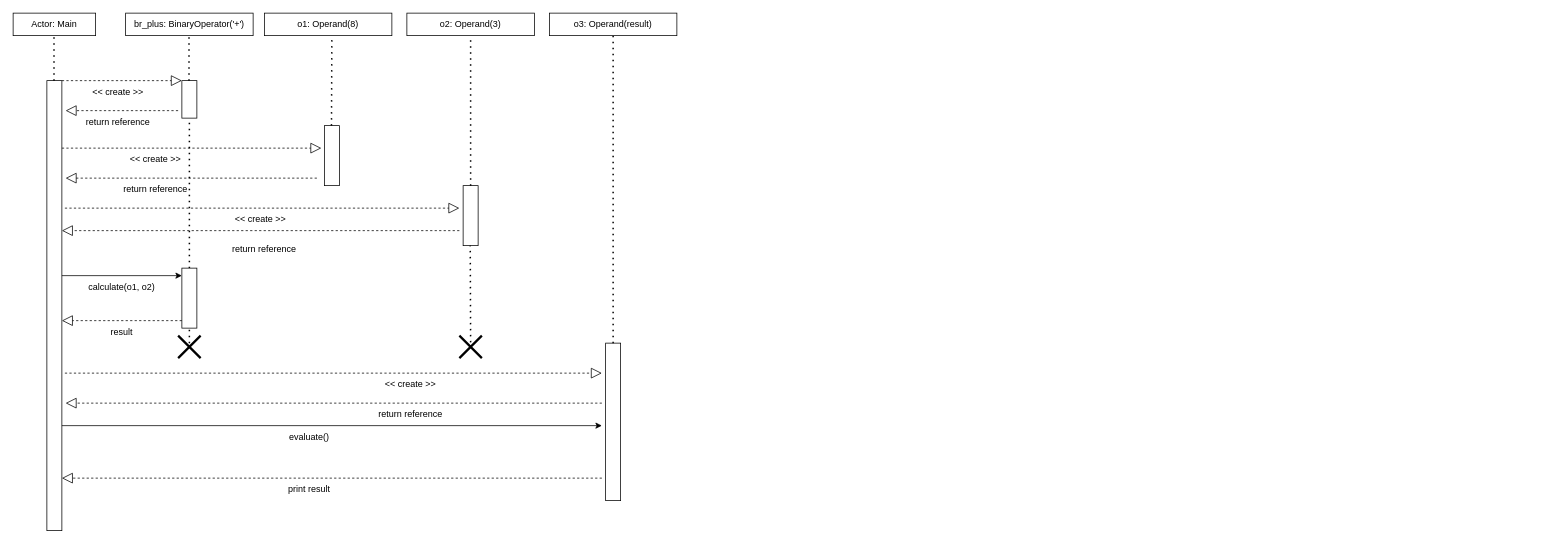
Above: Lab2/Lab2ClassDiagram.drawio in matty-gg/CSE2102-SP24-Lab1-Group19 (draw.io), before the change. Source tidied: cells renumbered, new cells numbered last; positions are measured from the earlier drawing's top-left corner, leaving out a move shared by most shapes. Both pictures are drawn from the tidied source at 75%, with x=0, y=0 at pixel (13, 13).
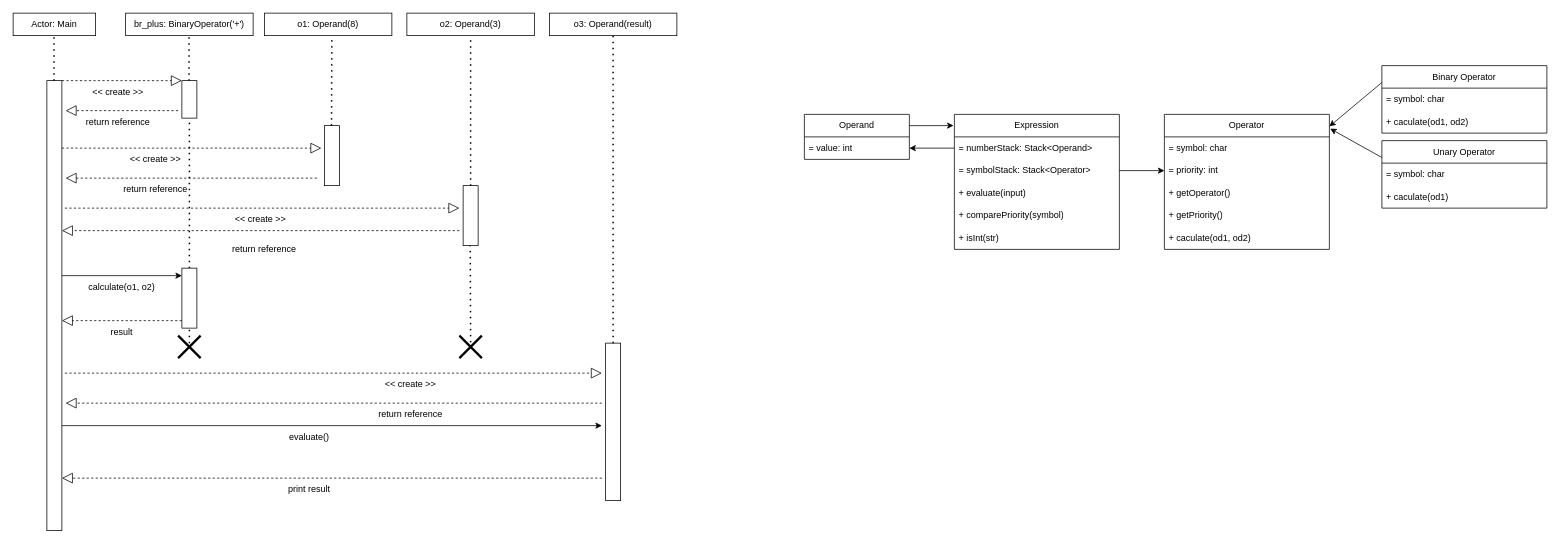
The same diagram, later.

Change to the diagram source:
```diff
@@
+    <mxCell id="47" value="Expression" style="swimlane;fontStyle=0;horizontal=1;startSize=30;whiteSpace=wrap;html=1;" parent="1" vertex="1">
+      <mxGeometry x="1255" y="135" width="220" height="180" as="geometry" />
+    </mxCell>
+    <mxCell id="48" value="= numberStack: Stack&amp;lt;Operand&amp;gt;" style="text;strokeColor=none;fillColor=none;align=left;verticalAlign=middle;spacingLeft=4;spacingRight=4;overflow=hidden;points=[[0,0.5],[1,0.5]];portConstraint=eastwest;whiteSpace=wrap;html=1;" parent="47" vertex="1">
+      <mxGeometry y="30" width="220" height="30" as="geometry" />
+    </mxCell>
+    <mxCell id="49" value="= symbolStack: Stack&amp;lt;Operator&amp;gt;" style="text;strokeColor=none;fillColor=none;align=left;verticalAlign=middle;spacingLeft=4;spacingRight=4;overflow=hidden;points=[[0,0.5],[1,0.5]];portConstraint=eastwest;whiteSpace=wrap;html=1;" parent="47" vertex="1">
+      <mxGeometry y="60" width="220" height="30" as="geometry" />
+    </mxCell>
+    <mxCell id="50" value="+ evaluate(input)" style="text;strokeColor=none;fillColor=none;align=left;verticalAlign=middle;spacingLeft=4;spacingRight=4;overflow=hidden;whiteSpace=wrap;html=1;" parent="47" vertex="1">
+      <mxGeometry y="90" width="220" height="30" as="geometry" />
+    </mxCell>
+    <mxCell id="51" value="+&amp;nbsp;comparePriority(symbol)" style="text;strokeColor=none;fillColor=none;align=left;verticalAlign=middle;spacingLeft=4;spacingRight=4;overflow=hidden;whiteSpace=wrap;html=1;" parent="47" vertex="1">
+      <mxGeometry y="120" width="220" height="30" as="geometry" />
+    </mxCell>
+    <mxCell id="52" value="+&amp;nbsp;isInt(str)" style="text;strokeColor=none;fillColor=none;align=left;verticalAlign=middle;spacingLeft=4;spacingRight=4;overflow=hidden;whiteSpace=wrap;html=1;" parent="47" vertex="1">
+      <mxGeometry y="150" width="220" height="30" as="geometry" />
+    </mxCell>
+    <mxCell id="53" value="Operand" style="swimlane;fontStyle=0;horizontal=1;startSize=30;whiteSpace=wrap;html=1;" parent="1" vertex="1">
+      <mxGeometry x="1055" y="135" width="140" height="60" as="geometry" />
+    </mxCell>
+    <mxCell id="54" value="= value: int" style="text;strokeColor=none;fillColor=none;align=left;verticalAlign=middle;spacingLeft=4;spacingRight=4;overflow=hidden;points=[[0,0.5],[1,0.5]];portConstraint=eastwest;whiteSpace=wrap;html=1;" parent="53" vertex="1">
+      <mxGeometry y="30" width="140" height="30" as="geometry" />
+    </mxCell>
+    <mxCell id="55" style="edgeStyle=orthogonalEdgeStyle;rounded=0;jettySize=auto;html=1;exitX=1;exitY=0.25;exitDx=0;exitDy=0;entryX=-0.005;entryY=0.083;entryDx=0;entryDy=0;entryPerimeter=0;" parent="1" edge="1" source="53" target="47">
+      <mxGeometry relative="1" as="geometry" />
+    </mxCell>
+    <mxCell id="56" style="edgeStyle=none;rounded=0;jettySize=auto;html=1;exitX=0;exitY=0.5;exitDx=0;exitDy=0;entryX=1;entryY=0.5;entryDx=0;entryDy=0;" parent="1" edge="1" source="48" target="54">
+      <mxGeometry relative="1" as="geometry" />
+    </mxCell>
+    <mxCell id="57" value="Operator" style="swimlane;fontStyle=0;horizontal=1;startSize=30;whiteSpace=wrap;html=1;" parent="1" vertex="1">
+      <mxGeometry x="1535" y="135" width="220" height="180" as="geometry" />
+    </mxCell>
+    <mxCell id="58" value="= symbol: char" style="text;strokeColor=none;fillColor=none;align=left;verticalAlign=middle;spacingLeft=4;spacingRight=4;overflow=hidden;whiteSpace=wrap;html=1;" parent="57" vertex="1">
+      <mxGeometry y="30" width="220" height="30" as="geometry" />
+    </mxCell>
+    <mxCell id="59" value="= priority: int" style="text;strokeColor=none;fillColor=none;align=left;verticalAlign=middle;spacingLeft=4;spacingRight=4;overflow=hidden;points=[[0,0.5],[1,0.5]];portConstraint=eastwest;whiteSpace=wrap;html=1;" parent="57" vertex="1">
+      <mxGeometry y="60" width="220" height="30" as="geometry" />
+    </mxCell>
+    <mxCell id="60" value="+ getOperator()" style="text;strokeColor=none;fillColor=none;align=left;verticalAlign=middle;spacingLeft=4;spacingRight=4;overflow=hidden;whiteSpace=wrap;html=1;" parent="57" vertex="1">
+      <mxGeometry y="90" width="220" height="30" as="geometry" />
+    </mxCell>
+    <mxCell id="61" value="+&amp;nbsp;getPriority()" style="text;strokeColor=none;fillColor=none;align=left;verticalAlign=middle;spacingLeft=4;spacingRight=4;overflow=hidden;whiteSpace=wrap;html=1;" parent="57" vertex="1">
+      <mxGeometry y="120" width="220" height="30" as="geometry" />
+    </mxCell>
+    <mxCell id="62" value="+&amp;nbsp;caculate(od1, od2)" style="text;strokeColor=none;fillColor=none;align=left;verticalAlign=middle;spacingLeft=4;spacingRight=4;overflow=hidden;whiteSpace=wrap;html=1;" parent="57" vertex="1">
+      <mxGeometry y="150" width="220" height="30" as="geometry" />
+    </mxCell>
+    <mxCell id="63" style="edgeStyle=none;rounded=0;jettySize=auto;html=1;exitX=1;exitY=0.5;exitDx=0;exitDy=0;entryX=0;entryY=0.5;entryDx=0;entryDy=0;" parent="1" edge="1" source="49" target="59">
+      <mxGeometry relative="1" as="geometry" />
+    </mxCell>
+    <mxCell id="64" value="Binary Operator" style="swimlane;fontStyle=0;horizontal=1;startSize=30;whiteSpace=wrap;html=1;" parent="1" vertex="1">
+      <mxGeometry x="1825" y="70" width="220" height="90" as="geometry" />
+    </mxCell>
+    <mxCell id="65" value="= symbol: char" style="text;strokeColor=none;fillColor=none;align=left;verticalAlign=middle;spacingLeft=4;spacingRight=4;overflow=hidden;whiteSpace=wrap;html=1;" parent="64" vertex="1">
+      <mxGeometry y="30" width="220" height="30" as="geometry" />
+    </mxCell>
+    <mxCell id="66" value="+&amp;nbsp;caculate(od1, od2)" style="text;strokeColor=none;fillColor=none;align=left;verticalAlign=middle;spacingLeft=4;spacingRight=4;overflow=hidden;whiteSpace=wrap;html=1;" parent="64" vertex="1">
+      <mxGeometry y="60" width="220" height="30" as="geometry" />
+    </mxCell>
+    <mxCell id="67" value="Unary Operator" style="swimlane;fontStyle=0;horizontal=1;startSize=30;whiteSpace=wrap;html=1;" parent="1" vertex="1">
+      <mxGeometry x="1825" y="170" width="220" height="90" as="geometry" />
+    </mxCell>
+    <mxCell id="68" value="= symbol: char" style="text;strokeColor=none;fillColor=none;align=left;verticalAlign=middle;spacingLeft=4;spacingRight=4;overflow=hidden;whiteSpace=wrap;html=1;" parent="67" vertex="1">
+      <mxGeometry y="30" width="220" height="30" as="geometry" />
+    </mxCell>
+    <mxCell id="69" value="+&amp;nbsp;caculate(od1)" style="text;strokeColor=none;fillColor=none;align=left;verticalAlign=middle;spacingLeft=4;spacingRight=4;overflow=hidden;whiteSpace=wrap;html=1;" parent="67" vertex="1">
+      <mxGeometry y="60" width="220" height="30" as="geometry" />
+    </mxCell>
+    <mxCell id="70" style="edgeStyle=none;rounded=0;jettySize=auto;html=1;exitX=0;exitY=0.25;exitDx=0;exitDy=0;entryX=1.005;entryY=0.106;entryDx=0;entryDy=0;entryPerimeter=0;" parent="1" edge="1" source="67" target="57">
+      <mxGeometry relative="1" as="geometry" />
+    </mxCell>
+    <mxCell id="71" style="edgeStyle=none;rounded=0;jettySize=auto;html=1;exitX=0;exitY=0.25;exitDx=0;exitDy=0;entryX=1;entryY=0.089;entryDx=0;entryDy=0;entryPerimeter=0;" parent="1" edge="1" source="64" target="57">
+      <mxGeometry relative="1" as="geometry" />
+    </mxCell>
```
